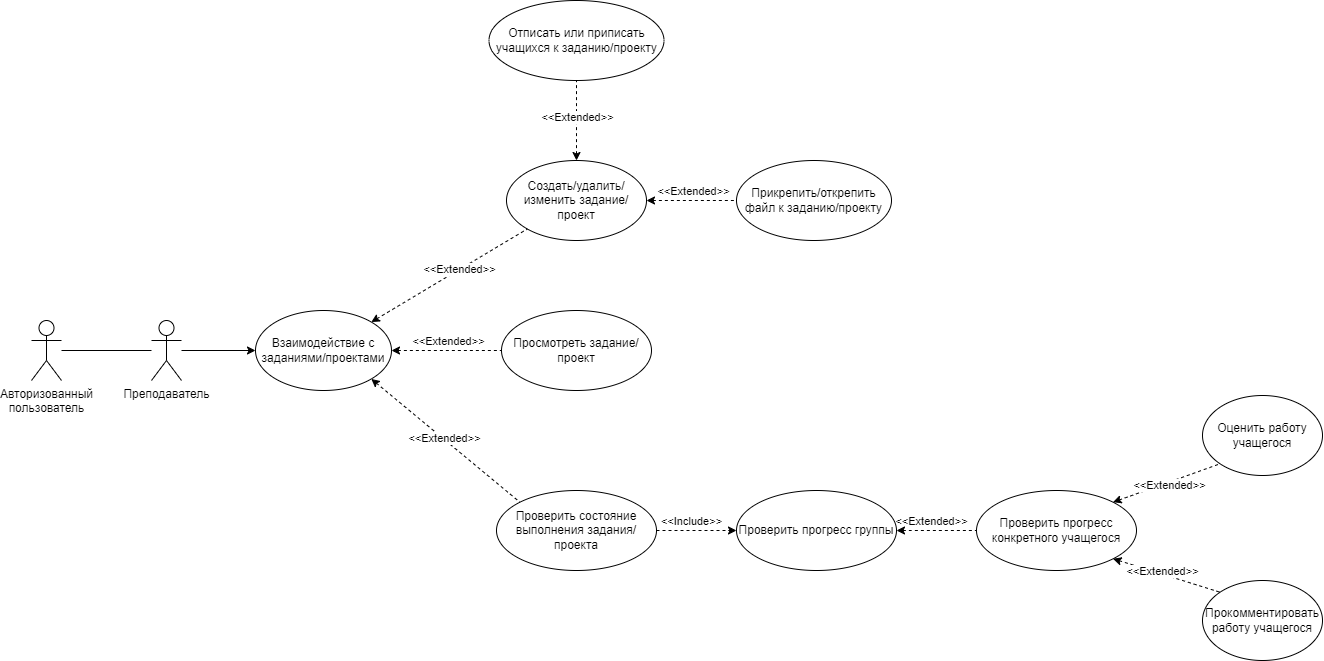
Above: Diagrams/Use Case Diagrams/Диаграмма прецедентов(Преподаватель).png in daniilShestopalov/Group_project_on_programming-_technologies-ProjectPal- (draw.io), before the change. Source tidied: cells renumbered, new cells last; positions are measured from the earlier drawing's top-left corner, leaving out a move shared by most shapes.
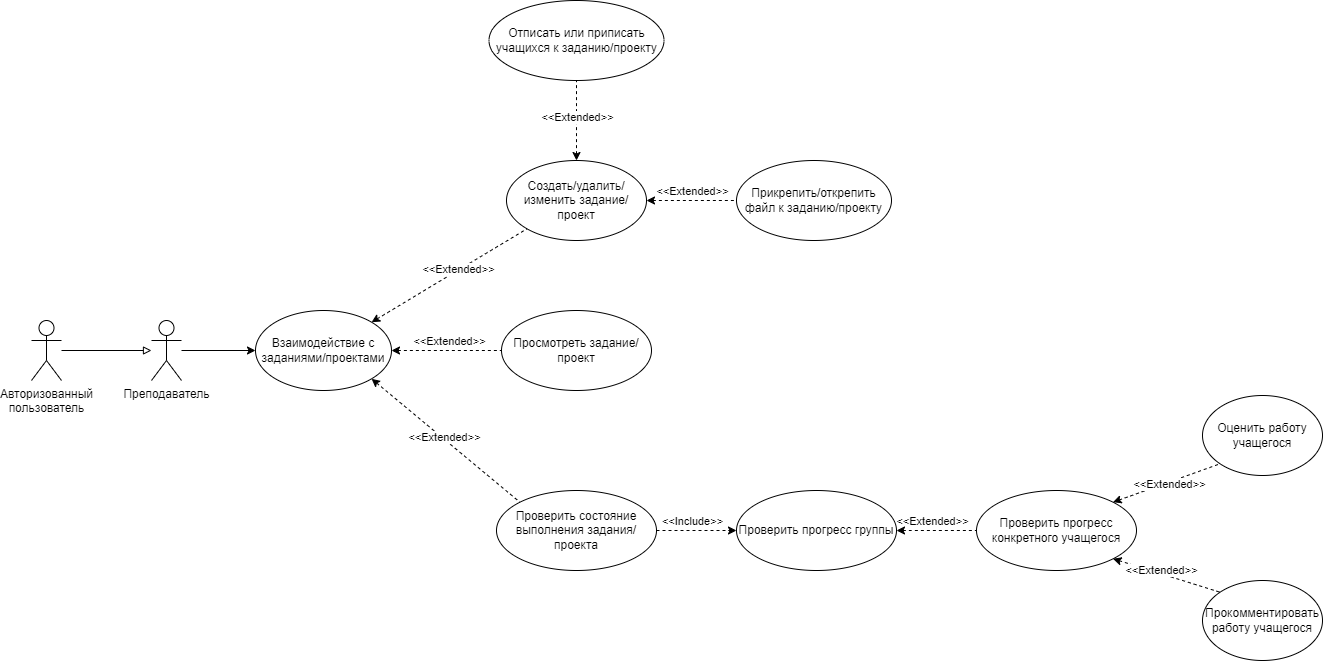
The same diagram one commit later.

What changed in the source:
```diff
@@ -8,7 +8,7 @@
     <mxCell id="3" value="Преподаватель" style="shape=umlActor;verticalLabelPosition=bottom;verticalAlign=top;html=1;outlineConnect=0;" parent="1" vertex="1">
       <mxGeometry x="120" y="320" width="30" height="60" as="geometry" />
     </mxCell>
-    <mxCell id="4" style="endArrow=none;html=1;rounded=0;" parent="1" edge="1" source="2" target="3">
+    <mxCell id="4" style="endArrow=block;html=1;rounded=0;endFill=0;" parent="1" edge="1" source="2" target="3">
       <mxGeometry relative="1" as="geometry" />
     </mxCell>
     <mxCell id="5" style="edgeStyle=orthogonalEdgeStyle;rounded=0;jettySize=auto;html=1;exitX=0;exitY=0.5;exitDx=0;exitDy=0;startArrow=classic;startFill=1;endArrow=none;endFill=0;" parent="1" edge="1" source="6" target="3">
```
